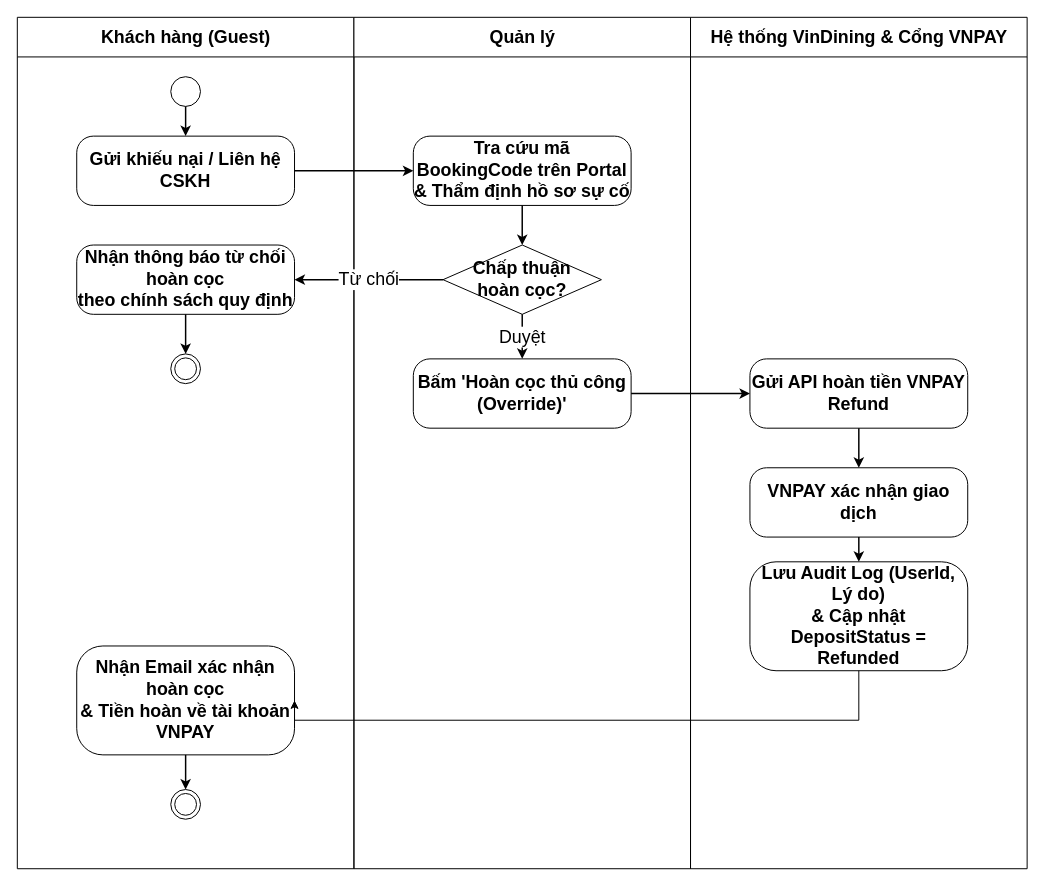
AndrewQng/VinDining keeps this draw.io diagram as docs/phase1/drawio/ad09_manual_refund.drawio. Above is the earlier version. Source tidied: cells renumbered, new cells numbered last; positions are measured from the earlier drawing's top-left corner, leaving out a move shared by most shapes. Both pictures are drawn from the tidied source at 99%, with x=0, y=0 at pixel (17, 17).
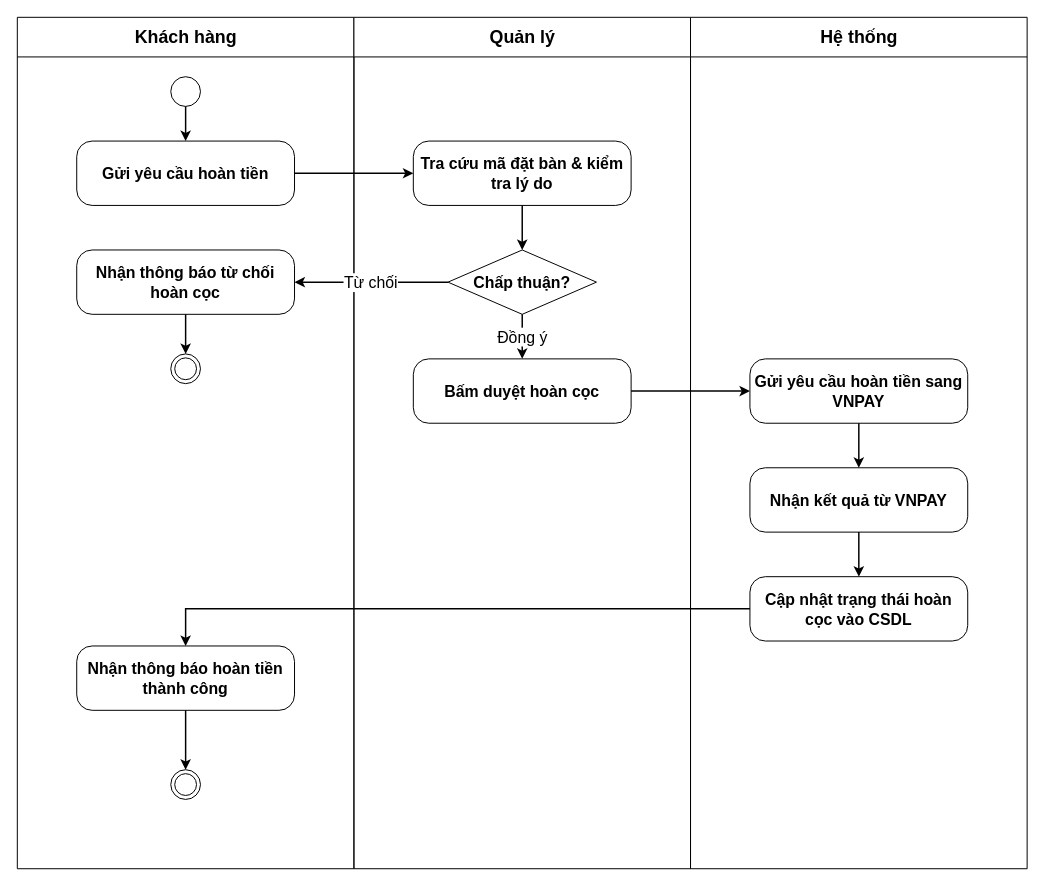
Above is the later version.

The change refers to these unchanged cells:
```xml
<mxCell id="3" style="ellipse;whiteSpace=wrap;html=1;fontSize=18;" parent="2" vertex="1">
  <mxGeometry x="155" y="60" width="30" height="30" as="geometry" />
</mxCell>
<mxCell id="6" style="ellipse;html=1;shape=endState;fontSize=18;" parent="2" vertex="1">
  <mxGeometry x="155" y="340" width="30" height="30" as="geometry" />
</mxCell>
<mxCell id="12" value="Quản lý" style="swimlane;html=1;startSize=40;horizontal=1;fontStyle=1;fontSize=18;align=center;verticalAlign=middle;swimlaneLine=1;" parent="1" vertex="1">
  <mxGeometry x="340" width="340" height="860" as="geometry" />
</mxCell>
```

Diff of the diagram source:
```diff
@@
-    <mxCell id="2" value="Khách hàng (Guest)" style="swimlane;html=1;startSize=40;horizontal=1;fontStyle=1;fontSize=18;align=center;verticalAlign=middle;swimlaneLine=1;" parent="1" vertex="1">
+    <mxCell id="2" value="Khách hàng" style="swimlane;html=1;startSize=40;horizontal=1;fontStyle=1;fontSize=18;align=center;verticalAlign=middle;swimlaneLine=1;" parent="1" vertex="1">
       <mxGeometry width="340" height="860" as="geometry" />
     </mxCell>
@@
-    <mxCell id="4" value="Gửi khiếu nại / Liên hệ CSKH" style="rounded=1;arcSize=24;whiteSpace=wrap;html=1;fontStyle=1;fontSize=18;align=center;verticalAlign=middle;" parent="2" vertex="1">
-      <mxGeometry x="60" y="120" width="220" height="70" as="geometry" />
+    <mxCell id="4" value="Gửi yêu cầu hoàn tiền" style="rounded=1;arcSize=24;whiteSpace=wrap;html=1;fontStyle=1;fontSize=16;align=center;verticalAlign=middle;" parent="2" vertex="1">
+      <mxGeometry x="60" y="125" width="220" height="65" as="geometry" />
     </mxCell>
-    <mxCell id="5" value="Nhận thông báo từ chối hoàn cọc&#10;theo chính sách quy định" style="rounded=1;arcSize=24;whiteSpace=wrap;html=1;fontStyle=1;fontSize=18;align=center;verticalAlign=middle;" parent="2" vertex="1">
-      <mxGeometry x="60" y="230" width="220" height="70" as="geometry" />
+    <mxCell id="5" value="Nhận thông báo từ chối hoàn cọc" style="rounded=1;arcSize=24;whiteSpace=wrap;html=1;fontStyle=1;fontSize=16;align=center;verticalAlign=middle;" parent="2" vertex="1">
+      <mxGeometry x="60" y="235" width="220" height="65" as="geometry" />
     </mxCell>
@@
-    <mxCell id="7" value="Nhận Email xác nhận hoàn cọc&#10;&amp;amp; Tiền hoàn về tài khoản VNPAY" style="rounded=1;arcSize=24;whiteSpace=wrap;html=1;fontStyle=1;fontSize=18;align=center;verticalAlign=middle;" parent="2" vertex="1">
-      <mxGeometry x="60" y="635" width="220" height="110" as="geometry" />
+    <mxCell id="7" value="Nhận thông báo hoàn tiền thành công" style="rounded=1;arcSize=24;whiteSpace=wrap;html=1;fontStyle=1;fontSize=16;align=center;verticalAlign=middle;" parent="2" vertex="1">
+      <mxGeometry x="60" y="635" width="220" height="65" as="geometry" />
     </mxCell>
     <mxCell id="8" style="ellipse;html=1;shape=endState;fontSize=18;" parent="2" vertex="1">
-      <mxGeometry x="155" y="780" width="30" height="30" as="geometry" />
+      <mxGeometry x="155" y="760" width="30" height="30" as="geometry" />
     </mxCell>
-    <mxCell id="9" style="edgeStyle=orthogonalEdgeStyle;rounded=0;strokeWidth=1.5;html=1;exitX=0.5;exitY=1;entryX=0.5;entryY=0;fontSize=18;" parent="2" edge="1" source="3" target="4">
+    <mxCell id="9" style="edgeStyle=orthogonalEdgeStyle;rounded=0;strokeWidth=1.5;html=1;fontSize=16;" parent="2" edge="1" source="3" target="4">
       <mxGeometry relative="1" as="geometry" />
     </mxCell>
-    <mxCell id="10" style="edgeStyle=orthogonalEdgeStyle;rounded=0;strokeWidth=1.5;html=1;exitX=0.5;exitY=1;entryX=0.5;entryY=0;fontSize=18;" parent="2" edge="1" source="5" target="6">
+    <mxCell id="10" style="edgeStyle=orthogonalEdgeStyle;rounded=0;strokeWidth=1.5;html=1;fontSize=16;" parent="2" edge="1" source="5" target="6">
       <mxGeometry relative="1" as="geometry" />
     </mxCell>
-    <mxCell id="11" style="edgeStyle=orthogonalEdgeStyle;rounded=0;strokeWidth=1.5;html=1;exitX=0.5;exitY=1;entryX=0.5;entryY=0;fontSize=18;" parent="2" edge="1" source="7" target="8">
+    <mxCell id="11" style="edgeStyle=orthogonalEdgeStyle;rounded=0;strokeWidth=1.5;html=1;fontSize=16;" parent="2" edge="1" source="7" target="8">
       <mxGeometry relative="1" as="geometry" />
     </mxCell>
@@
-    <mxCell id="13" value="Tra cứu mã BookingCode trên Portal&#10;&amp;amp; Thẩm định hồ sơ sự cố" style="rounded=1;arcSize=24;whiteSpace=wrap;html=1;fontStyle=1;fontSize=18;align=center;verticalAlign=middle;" parent="12" vertex="1">
-      <mxGeometry x="60" y="120" width="220" height="70" as="geometry" />
+    <mxCell id="13" value="Tra cứu mã đặt bàn &amp;amp; kiểm tra lý do" style="rounded=1;arcSize=24;whiteSpace=wrap;html=1;fontStyle=1;fontSize=16;align=center;verticalAlign=middle;" parent="12" vertex="1">
+      <mxGeometry x="60" y="125" width="220" height="65" as="geometry" />
     </mxCell>
-    <mxCell id="14" value="Chấp thuận&#10;hoàn cọc?" style="rhombus;whiteSpace=wrap;html=1;fontStyle=1;fontSize=18;align=center;verticalAlign=middle;" parent="12" vertex="1">
-      <mxGeometry x="90" y="230" width="160" height="70" as="geometry" />
+    <mxCell id="14" value="Chấp thuận?" style="rhombus;whiteSpace=wrap;html=1;fontStyle=1;fontSize=16;align=center;verticalAlign=middle;" parent="12" vertex="1">
+      <mxGeometry x="95" y="235" width="150" height="65" as="geometry" />
     </mxCell>
-    <mxCell id="15" value="Bấm 'Hoàn cọc thủ công (Override)'" style="rounded=1;arcSize=24;whiteSpace=wrap;html=1;fontStyle=1;fontSize=18;align=center;verticalAlign=middle;" parent="12" vertex="1">
-      <mxGeometry x="60" y="345" width="220" height="70" as="geometry" />
+    <mxCell id="15" value="Bấm duyệt hoàn cọc" style="rounded=1;arcSize=24;whiteSpace=wrap;html=1;fontStyle=1;fontSize=16;align=center;verticalAlign=middle;" parent="12" vertex="1">
+      <mxGeometry x="60" y="345" width="220" height="65" as="geometry" />
     </mxCell>
-    <mxCell id="16" style="edgeStyle=orthogonalEdgeStyle;rounded=0;strokeWidth=1.5;html=1;exitX=0.5;exitY=1;entryX=0.5;entryY=0;fontSize=18;" parent="12" edge="1" source="13" target="14">
+    <mxCell id="16" style="edgeStyle=orthogonalEdgeStyle;rounded=0;strokeWidth=1.5;html=1;fontSize=16;" parent="12" edge="1" source="13" target="14">
       <mxGeometry relative="1" as="geometry" />
     </mxCell>
-    <mxCell id="17" value="Duyệt" style="edgeStyle=orthogonalEdgeStyle;rounded=0;strokeWidth=1.5;html=1;fontSize=18;labelBackgroundColor=#ffffff;exitX=0.5;exitY=1;entryX=0.5;entryY=0;" parent="12" edge="1" source="14" target="15">
+    <mxCell id="17" value="Đồng ý" style="edgeStyle=orthogonalEdgeStyle;rounded=0;strokeWidth=1.5;html=1;fontSize=16;labelBackgroundColor=#ffffff;" parent="12" edge="1" source="14" target="15">
       <mxGeometry relative="1" as="geometry" />
     </mxCell>
-    <mxCell id="18" value="Hệ thống VinDining &amp;amp; Cổng VNPAY" style="swimlane;html=1;startSize=40;horizontal=1;fontStyle=1;fontSize=18;align=center;verticalAlign=middle;swimlaneLine=1;" parent="1" vertex="1">
+    <mxCell id="18" value="Hệ thống" style="swimlane;html=1;startSize=40;horizontal=1;fontStyle=1;fontSize=18;align=center;verticalAlign=middle;swimlaneLine=1;" parent="1" vertex="1">
       <mxGeometry x="680" width="340" height="860" as="geometry" />
     </mxCell>
-    <mxCell id="19" value="Gửi API hoàn tiền VNPAY Refund" style="rounded=1;arcSize=24;whiteSpace=wrap;html=1;fontStyle=1;fontSize=18;align=center;verticalAlign=middle;" parent="18" vertex="1">
-      <mxGeometry x="60" y="345" width="220" height="70" as="geometry" />
+    <mxCell id="19" value="Gửi yêu cầu hoàn tiền sang VNPAY" style="rounded=1;arcSize=24;whiteSpace=wrap;html=1;fontStyle=1;fontSize=16;align=center;verticalAlign=middle;" parent="18" vertex="1">
+      <mxGeometry x="60" y="345" width="220" height="65" as="geometry" />
     </mxCell>
-    <mxCell id="20" value="VNPAY xác nhận giao dịch" style="rounded=1;arcSize=24;whiteSpace=wrap;html=1;fontStyle=1;fontSize=18;align=center;verticalAlign=middle;" parent="18" vertex="1">
-      <mxGeometry x="60" y="455" width="220" height="70" as="geometry" />
+    <mxCell id="20" value="Nhận kết quả từ VNPAY" style="rounded=1;arcSize=24;whiteSpace=wrap;html=1;fontStyle=1;fontSize=16;align=center;verticalAlign=middle;" parent="18" vertex="1">
+      <mxGeometry x="60" y="455" width="220" height="65" as="geometry" />
     </mxCell>
-    <mxCell id="21" value="Lưu Audit Log (UserId, Lý do)&#10;&amp;amp; Cập nhật DepositStatus = Refunded" style="rounded=1;arcSize=24;whiteSpace=wrap;html=1;fontStyle=1;fontSize=18;align=center;verticalAlign=middle;" parent="18" vertex="1">
-      <mxGeometry x="60" y="550" width="220" height="110" as="geometry" />
+    <mxCell id="21" value="Cập nhật trạng thái hoàn cọc vào CSDL" style="rounded=1;arcSize=24;whiteSpace=wrap;html=1;fontStyle=1;fontSize=16;align=center;verticalAlign=middle;" parent="18" vertex="1">
+      <mxGeometry x="60" y="565" width="220" height="65" as="geometry" />
     </mxCell>
-    <mxCell id="22" style="edgeStyle=orthogonalEdgeStyle;rounded=0;strokeWidth=1.5;html=1;exitX=0.5;exitY=1;entryX=0.5;entryY=0;fontSize=18;" parent="18" edge="1" source="19" target="20">
+    <mxCell id="22" style="edgeStyle=orthogonalEdgeStyle;rounded=0;strokeWidth=1.5;html=1;fontSize=16;" parent="18" edge="1" source="19" target="20">
       <mxGeometry relative="1" as="geometry" />
     </mxCell>
-    <mxCell id="23" style="edgeStyle=orthogonalEdgeStyle;rounded=0;strokeWidth=1.5;html=1;exitX=0.5;exitY=1;entryX=0.5;entryY=0;fontSize=18;" parent="18" edge="1" source="20" target="21">
+    <mxCell id="23" style="edgeStyle=orthogonalEdgeStyle;rounded=0;strokeWidth=1.5;html=1;fontSize=16;" parent="18" edge="1" source="20" target="21">
       <mxGeometry relative="1" as="geometry" />
     </mxCell>
-    <mxCell id="24" style="edgeStyle=orthogonalEdgeStyle;rounded=0;strokeWidth=1.5;html=1;exitX=1;exitY=0.5;entryX=0;entryY=0.5;fontSize=18;" parent="1" edge="1" source="4" target="13">
+    <mxCell id="24" style="edgeStyle=orthogonalEdgeStyle;rounded=0;strokeWidth=1.5;html=1;fontSize=16;" parent="1" edge="1" source="4" target="13">
       <mxGeometry relative="1" as="geometry" />
     </mxCell>
-    <mxCell id="25" value="Từ chối" style="edgeStyle=orthogonalEdgeStyle;rounded=0;strokeWidth=1.5;html=1;fontSize=18;labelBackgroundColor=#ffffff;exitX=0;exitY=0.5;entryX=1;entryY=0.5;" parent="1" edge="1" source="14" target="5">
+    <mxCell id="25" value="Từ chối" style="edgeStyle=orthogonalEdgeStyle;rounded=0;strokeWidth=1.5;html=1;fontSize=16;labelBackgroundColor=#ffffff;" parent="1" edge="1" source="14" target="5">
       <mxGeometry relative="1" as="geometry" />
     </mxCell>
-    <mxCell id="26" style="edgeStyle=orthogonalEdgeStyle;rounded=0;strokeWidth=1.5;html=1;exitX=1;exitY=0.5;entryX=0;entryY=0.5;fontSize=18;" parent="1" edge="1" source="15" target="19">
+    <mxCell id="26" style="edgeStyle=orthogonalEdgeStyle;rounded=0;strokeWidth=1.5;html=1;fontSize=16;" parent="1" edge="1" source="15" target="19">
       <mxGeometry relative="1" as="geometry" />
     </mxCell>
-    <mxCell id="27" style="edgeStyle=orthogonalEdgeStyle;rounded=0;jettySize=auto;html=1;entryX=1;entryY=0.5;entryDx=0;entryDy=0;" parent="1" edge="1" source="21" target="7">
-      <mxGeometry relative="1" as="geometry">
-        <Array as="points">
-          <mxPoint x="850" y="710" />
-        </Array>
-      </mxGeometry>
+    <mxCell id="27" style="edgeStyle=orthogonalEdgeStyle;rounded=0;strokeWidth=1.5;html=1;fontSize=16;" parent="1" edge="1" source="21" target="7">
+      <mxGeometry relative="1" as="geometry" />
     </mxCell>
```
